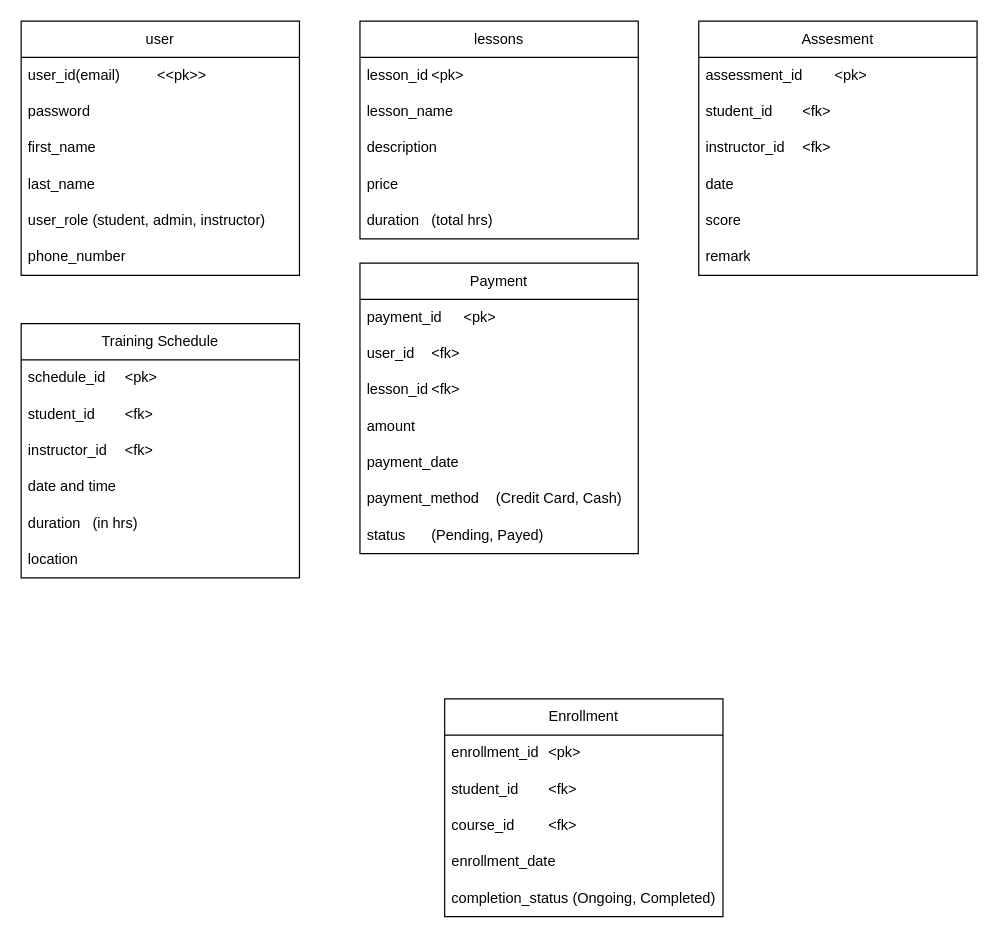
Above: page "tables" (1 of 4) of er_dia/drawio.drawio in junckerpoi/m2 (draw.io), before the change. Source tidied: cells renumbered, new cells numbered last; positions are measured from the earlier drawing's top-left corner, leaving out a move shared by most shapes. Both pictures are drawn from the tidied source at 121%, with x=0, y=0 at pixel (21, 21).
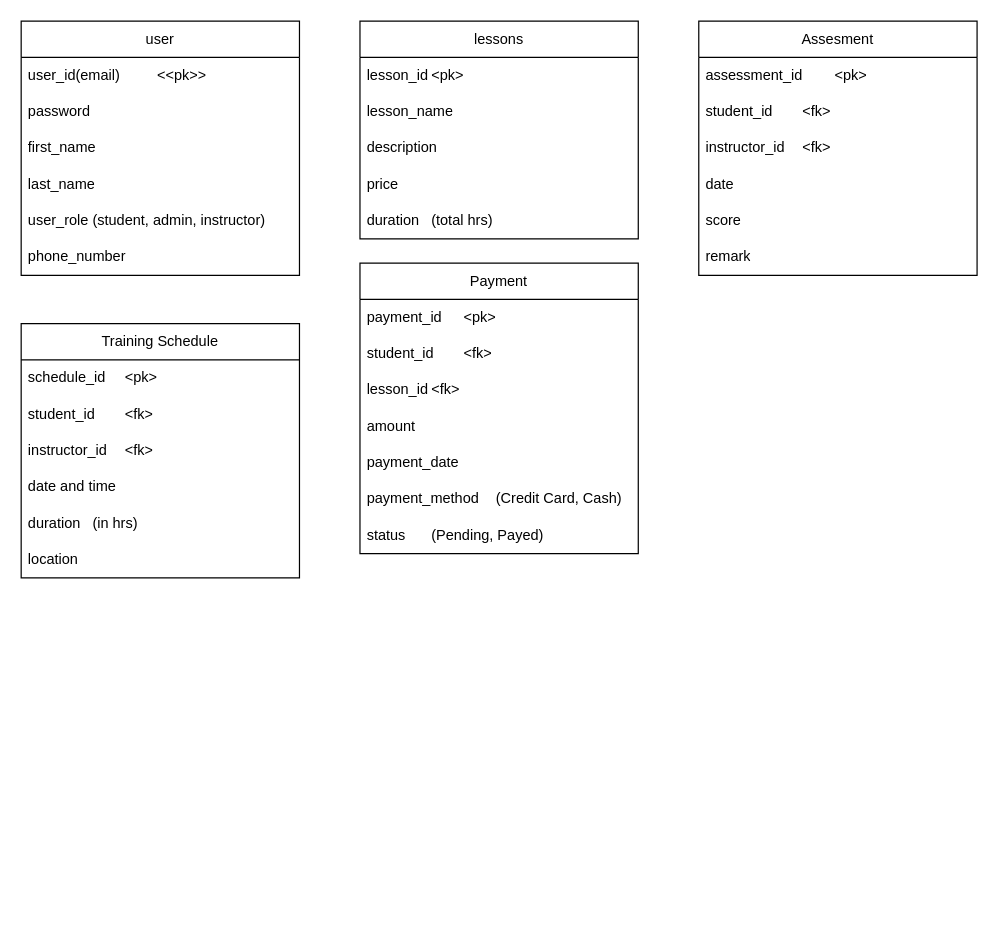
The same diagram, later.

The change refers to these unchanged cells:
```xml
<mxCell id="16" value="Payment" style="swimlane;fontStyle=0;horizontal=1;startSize=30;whiteSpace=wrap;html=1;" parent="1" vertex="1">
  <mxGeometry x="280" y="200" width="230" height="240" as="geometry" />
</mxCell>
```

Diff of the diagram source:
```diff
@@
-    <mxCell id="18" value="user_id&lt;span style=&quot;white-space: pre;&quot;&gt;&#9;&lt;/span&gt;&amp;lt;fk&amp;gt;" style="text;strokeColor=none;fillColor=none;align=left;verticalAlign=middle;spacingLeft=4;spacingRight=4;overflow=hidden;whiteSpace=wrap;html=1;" parent="16" vertex="1">
+    <mxCell id="18" value="student_id&lt;span style=&quot;white-space: pre;&quot;&gt;&#9;&lt;/span&gt;&amp;lt;fk&amp;gt;" style="text;strokeColor=none;fillColor=none;align=left;verticalAlign=middle;spacingLeft=4;spacingRight=4;overflow=hidden;whiteSpace=wrap;html=1;" parent="16" vertex="1">
       <mxGeometry y="60" width="230" height="30" as="geometry" />
     </mxCell>
@@
-    <mxCell id="30" value="Enrollment" style="swimlane;fontStyle=0;horizontal=1;startSize=30;whiteSpace=wrap;html=1;" parent="1" vertex="1">
-      <mxGeometry x="350" y="560" width="230" height="180" as="geometry" />
-    </mxCell>
-    <mxCell id="31" value="enrollment_id&lt;span style=&quot;white-space: pre;&quot;&gt;&#9;&lt;/span&gt;&amp;lt;pk&amp;gt;" style="text;strokeColor=none;fillColor=none;align=left;verticalAlign=middle;spacingLeft=4;spacingRight=4;overflow=hidden;whiteSpace=wrap;html=1;" parent="30" vertex="1">
-      <mxGeometry y="30" width="230" height="30" as="geometry" />
-    </mxCell>
-    <mxCell id="32" value="student_id&lt;span style=&quot;white-space: pre;&quot;&gt;&#9;&lt;/span&gt;&amp;lt;fk&amp;gt;" style="text;strokeColor=none;fillColor=none;align=left;verticalAlign=middle;spacingLeft=4;spacingRight=4;overflow=hidden;whiteSpace=wrap;html=1;" parent="30" vertex="1">
-      <mxGeometry y="60" width="230" height="30" as="geometry" />
-    </mxCell>
-    <mxCell id="33" value="course_id&lt;span style=&quot;white-space: pre;&quot;&gt;&#9;&lt;/span&gt;&amp;lt;fk&amp;gt;" style="text;strokeColor=none;fillColor=none;align=left;verticalAlign=middle;spacingLeft=4;spacingRight=4;overflow=hidden;whiteSpace=wrap;html=1;" parent="30" vertex="1">
-      <mxGeometry y="90" width="230" height="30" as="geometry" />
-    </mxCell>
-    <mxCell id="34" value="enrollment_date" style="text;strokeColor=none;fillColor=none;align=left;verticalAlign=middle;spacingLeft=4;spacingRight=4;overflow=hidden;whiteSpace=wrap;html=1;" parent="30" vertex="1">
-      <mxGeometry y="120" width="230" height="30" as="geometry" />
-    </mxCell>
-    <mxCell id="35" value="completion_status (Ongoing, Completed)" style="text;strokeColor=none;fillColor=none;align=left;verticalAlign=middle;spacingLeft=4;spacingRight=4;overflow=hidden;whiteSpace=wrap;html=1;" parent="30" vertex="1">
-      <mxGeometry y="150" width="230" height="30" as="geometry" />
-    </mxCell>
```
